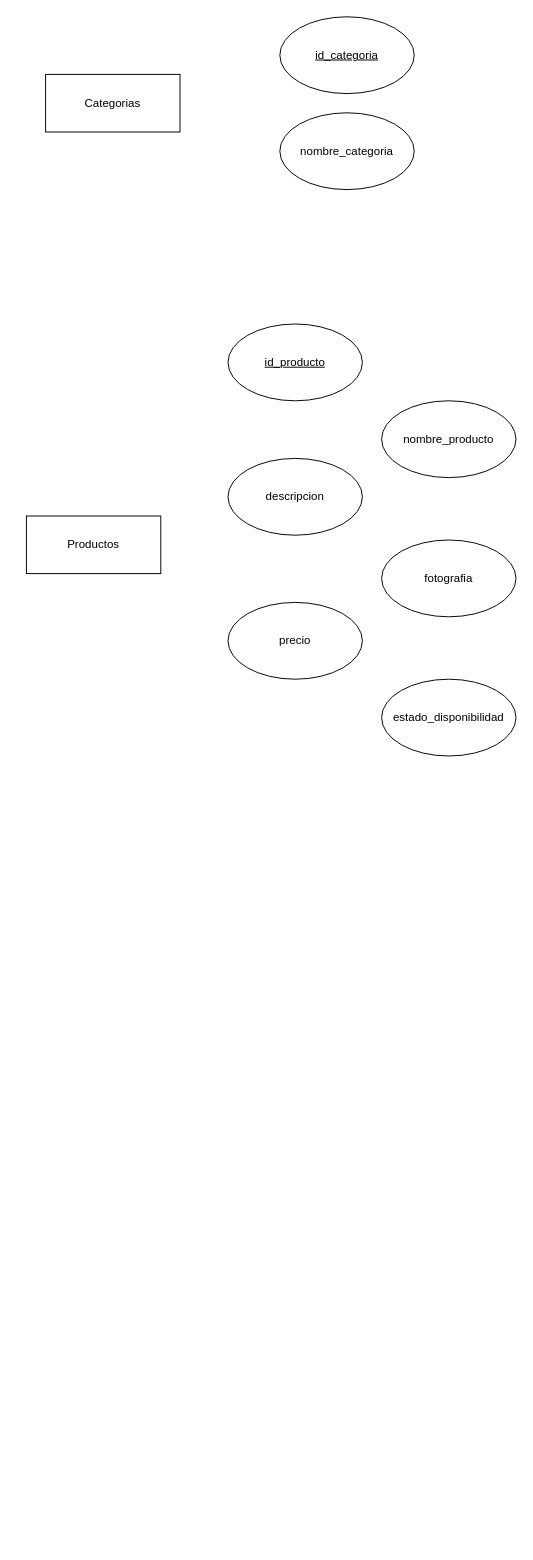
This is page "Página-4" (4 of 4) of Diagramas/DiagramaER.drawio from CanelaFeliz/ProyectoPPI115, a draw.io file, before an edit. Source tidied: cells renumbered, new cells numbered last; positions are measured from the earlier drawing's top-left corner, leaving out a move shared by most shapes. Both pictures are drawn from the tidied source at 96%, with x=0, y=0 at pixel (26, 16).
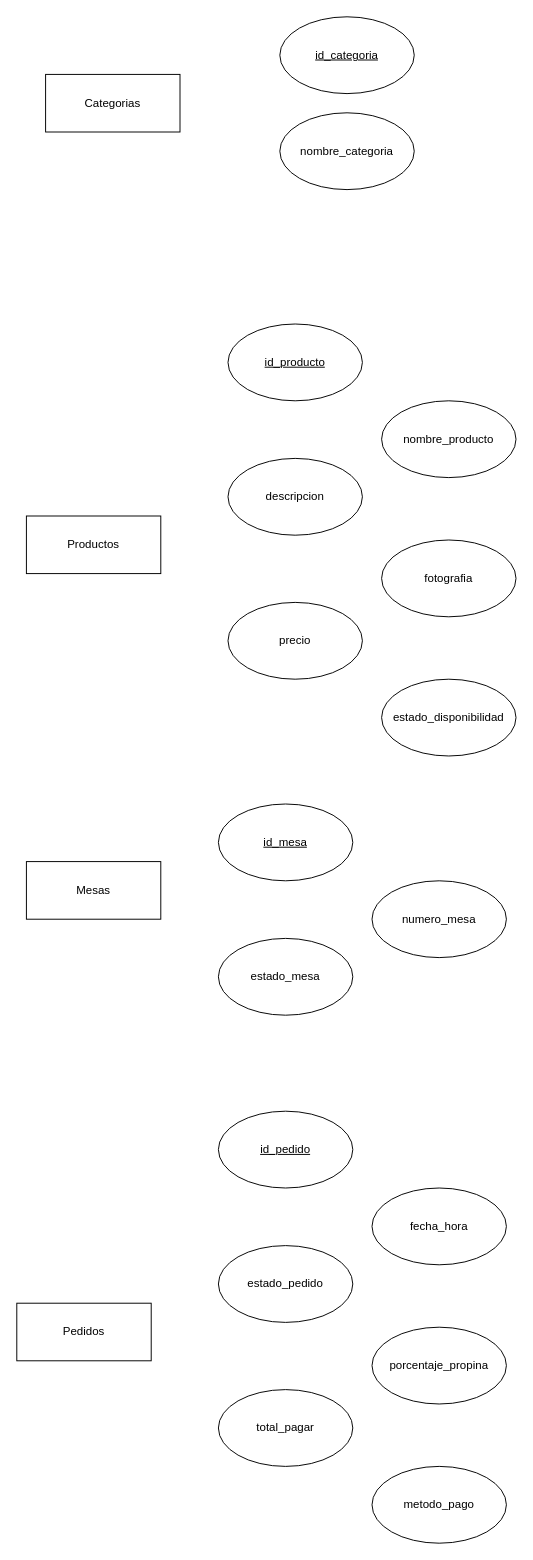
Above is the later version.

Commit message:
Se agrego Pedidos

The edit, as a diff of the source:
```diff
@@
+    <mxCell id="12" value="Mesas" style="rounded=0;whiteSpace=wrap;html=1;" parent="1" vertex="1">
+      <mxGeometry y="880" width="140" height="60" as="geometry" />
+    </mxCell>
+    <mxCell id="13" value="&lt;u&gt;id_mesa&lt;/u&gt;" style="ellipse;whiteSpace=wrap;html=1;" parent="1" vertex="1">
+      <mxGeometry x="200" y="820" width="140" height="80" as="geometry" />
+    </mxCell>
+    <mxCell id="14" value="numero_mesa" style="ellipse;whiteSpace=wrap;html=1;" parent="1" vertex="1">
+      <mxGeometry x="360" y="900" width="140" height="80" as="geometry" />
+    </mxCell>
+    <mxCell id="15" value="estado_mesa" style="ellipse;whiteSpace=wrap;html=1;" parent="1" vertex="1">
+      <mxGeometry x="200" y="960" width="140" height="80" as="geometry" />
+    </mxCell>
+    <mxCell id="16" value="Pedidos" style="rounded=0;whiteSpace=wrap;html=1;" parent="1" vertex="1">
+      <mxGeometry x="-10" y="1340" width="140" height="60" as="geometry" />
+    </mxCell>
+    <mxCell id="17" value="&lt;u&gt;id_pedido&lt;/u&gt;" style="ellipse;whiteSpace=wrap;html=1;" parent="1" vertex="1">
+      <mxGeometry x="200" y="1140" width="140" height="80" as="geometry" />
+    </mxCell>
+    <mxCell id="18" value="fecha_hora" style="ellipse;whiteSpace=wrap;html=1;" parent="1" vertex="1">
+      <mxGeometry x="360" y="1220" width="140" height="80" as="geometry" />
+    </mxCell>
+    <mxCell id="19" value="estado_pedido" style="ellipse;whiteSpace=wrap;html=1;" parent="1" vertex="1">
+      <mxGeometry x="200" y="1280" width="140" height="80" as="geometry" />
+    </mxCell>
+    <mxCell id="20" value="porcentaje_propina" style="ellipse;whiteSpace=wrap;html=1;" parent="1" vertex="1">
+      <mxGeometry x="360" y="1365" width="140" height="80" as="geometry" />
+    </mxCell>
+    <mxCell id="21" value="total_pagar" style="ellipse;whiteSpace=wrap;html=1;" parent="1" vertex="1">
+      <mxGeometry x="200" y="1430" width="140" height="80" as="geometry" />
+    </mxCell>
+    <mxCell id="22" value="metodo_pago" style="ellipse;whiteSpace=wrap;html=1;" parent="1" vertex="1">
+      <mxGeometry x="360" y="1510" width="140" height="80" as="geometry" />
+    </mxCell>
```
